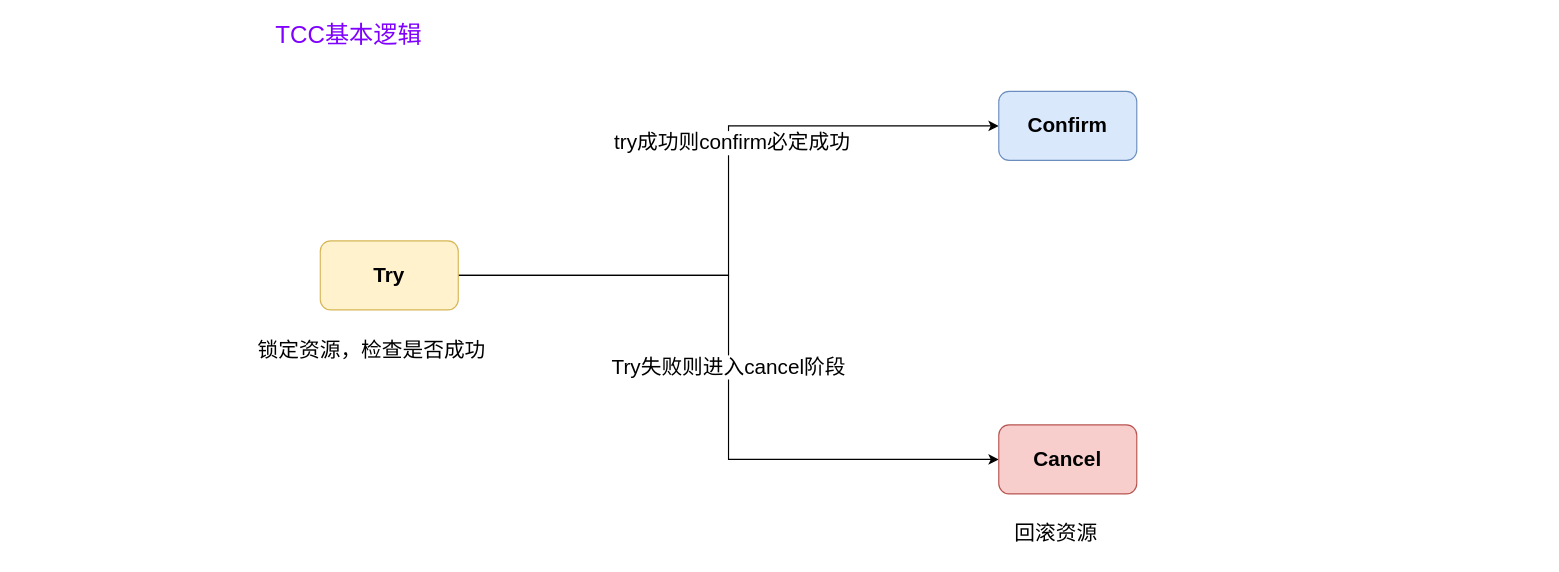
Above: TCC logic.drawio in cjaack2/Images_Repository (draw.io), before the change. Source tidied: cells renumbered, new cells numbered last; positions are measured from the earlier drawing's top-left corner, leaving out a move shared by most shapes. Both pictures are drawn from the tidied source at 115%, with x=0, y=0 at pixel (182, 22).
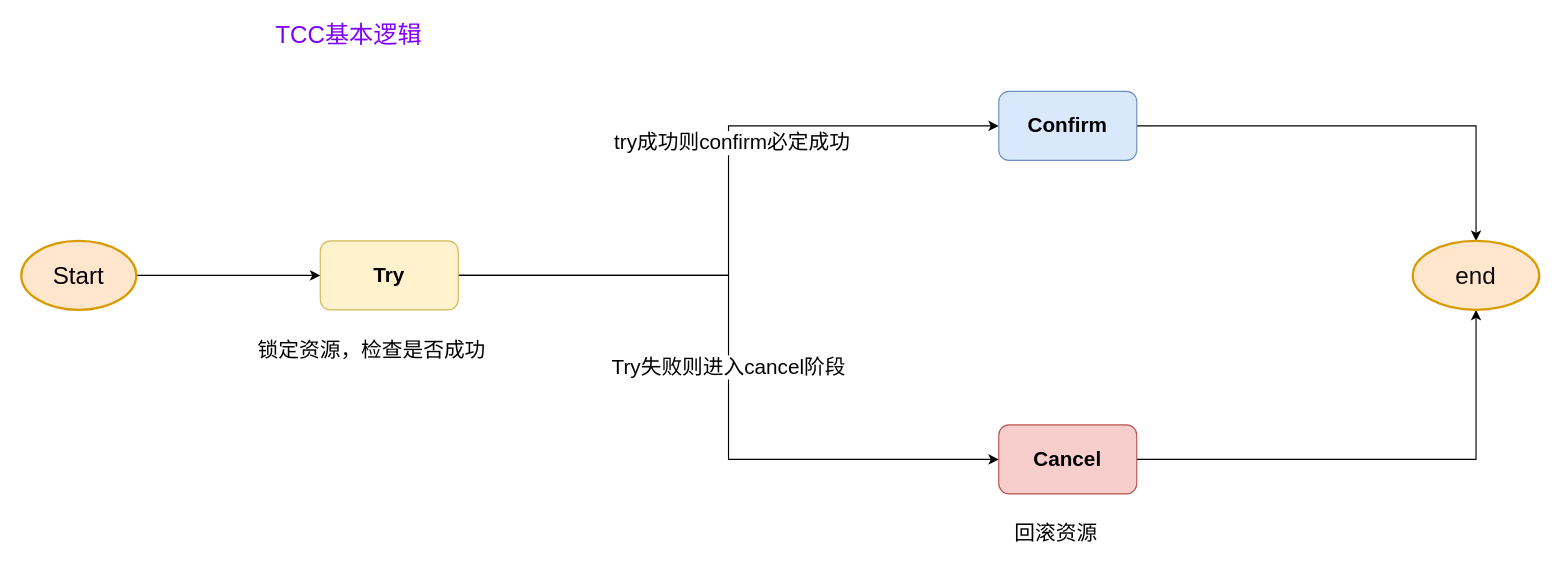
Above is the later version.

Change to the diagram source:
```diff
@@
 <mxGraphModel>
   <root>
     <mxCell id="0" />
     <mxCell id="1" parent="0" />
     <mxCell id="2" style="edgeStyle=orthogonalEdgeStyle;rounded=0;jettySize=auto;html=1;entryX=0;entryY=0.5;entryDx=0;entryDy=0;fontSize=18;" parent="1" edge="1" source="5" target="7">
       <mxGeometry relative="1" as="geometry" />
     </mxCell>
     <mxCell id="3" value="try成功则confirm必定成功" style="edgeLabel;html=1;align=center;verticalAlign=middle;fontSize=18;" parent="2" vertex="1">
       <mxGeometry x="0.17" y="-2" relative="1" as="geometry" />
     </mxCell>
     <mxCell id="4" value="Try失败则进入cancel阶段" style="edgeStyle=orthogonalEdgeStyle;rounded=0;jettySize=auto;html=1;entryX=0;entryY=0.5;entryDx=0;entryDy=0;fontSize=18;" parent="1" edge="1" source="5" target="6">
       <mxGeometry relative="1" as="geometry" />
     </mxCell>
     <mxCell id="5" value="Try" style="rounded=1;whiteSpace=wrap;html=1;fontSize=18;fontStyle=1;fillColor=#fff2cc;strokeColor=#d6b656;" parent="1" vertex="1">
       <mxGeometry x="120" y="190" width="120" height="60" as="geometry" />
     </mxCell>
+    <mxCell id="11" style="edgeStyle=orthogonalEdgeStyle;rounded=0;jettySize=auto;html=1;entryX=0.5;entryY=1;entryDx=0;entryDy=0;entryPerimeter=0;fontSize=21;fontColor=#7F00FF;" parent="1" edge="1" source="6" target="15">
+      <mxGeometry relative="1" as="geometry" />
+    </mxCell>
     <mxCell id="6" value="Cancel" style="rounded=1;whiteSpace=wrap;html=1;fontSize=18;fontStyle=1;fillColor=#f8cecc;strokeColor=#b85450;" parent="1" vertex="1">
       <mxGeometry x="710" y="350" width="120" height="60" as="geometry" />
     </mxCell>
+    <mxCell id="12" style="edgeStyle=orthogonalEdgeStyle;rounded=0;jettySize=auto;html=1;entryX=0.5;entryY=0;entryDx=0;entryDy=0;entryPerimeter=0;fontSize=21;fontColor=#7F00FF;" parent="1" edge="1" source="7" target="15">
+      <mxGeometry relative="1" as="geometry" />
+    </mxCell>
     <mxCell id="7" value="Confirm" style="rounded=1;whiteSpace=wrap;html=1;fontSize=18;fontStyle=1;fillColor=#dae8fc;strokeColor=#6c8ebf;" parent="1" vertex="1">
       <mxGeometry x="710" y="60" width="120" height="60" as="geometry" />
     </mxCell>
     <mxCell id="8" value="&lt;span style=&quot;background-color: rgb(255 , 255 , 255)&quot;&gt;锁定资源，检查是否成功&lt;/span&gt;" style="text;html=1;strokeColor=none;fillColor=none;align=center;verticalAlign=middle;whiteSpace=wrap;rounded=0;fontSize=18;" parent="1" vertex="1">
       <mxGeometry y="270" width="330" height="30" as="geometry" />
     </mxCell>
     <mxCell id="9" value="TCC基本逻辑" style="text;html=1;strokeColor=none;fillColor=none;align=center;verticalAlign=middle;whiteSpace=wrap;rounded=0;fontSize=21;fontColor=#7F00FF;" parent="1" vertex="1">
       <mxGeometry x="60" width="170" height="20" as="geometry" />
     </mxCell>
     <mxCell id="10" value="回滚资源" style="text;html=1;strokeColor=none;fillColor=none;align=center;verticalAlign=middle;whiteSpace=wrap;rounded=0;fontSize=18;" parent="1" vertex="1">
       <mxGeometry x="690" y="430" width="140" height="30" as="geometry" />
     </mxCell>
+    <mxCell id="13" style="edgeStyle=orthogonalEdgeStyle;rounded=0;jettySize=auto;html=1;entryX=0;entryY=0.5;entryDx=0;entryDy=0;fontSize=21;fontColor=#7F00FF;" parent="1" edge="1" source="14" target="5">
+      <mxGeometry relative="1" as="geometry" />
+    </mxCell>
+    <mxCell id="14" value="&lt;font color=&quot;#000000&quot;&gt;Start&lt;/font&gt;" style="strokeWidth=2;html=1;shape=mxgraph.flowchart.start_1;whiteSpace=wrap;fontSize=21;fillColor=#ffe6cc;strokeColor=#d79b00;" parent="1" vertex="1">
+      <mxGeometry x="-140" y="190" width="100" height="60" as="geometry" />
+    </mxCell>
+    <mxCell id="15" value="&lt;font color=&quot;#0a0a0a&quot;&gt;end&lt;/font&gt;" style="strokeWidth=2;html=1;shape=mxgraph.flowchart.start_1;whiteSpace=wrap;fontSize=21;fillColor=#ffe6cc;strokeColor=#d79b00;" parent="1" vertex="1">
+      <mxGeometry x="1070" y="190" width="110" height="60" as="geometry" />
+    </mxCell>
   </root>
 </mxGraphModel>
```
